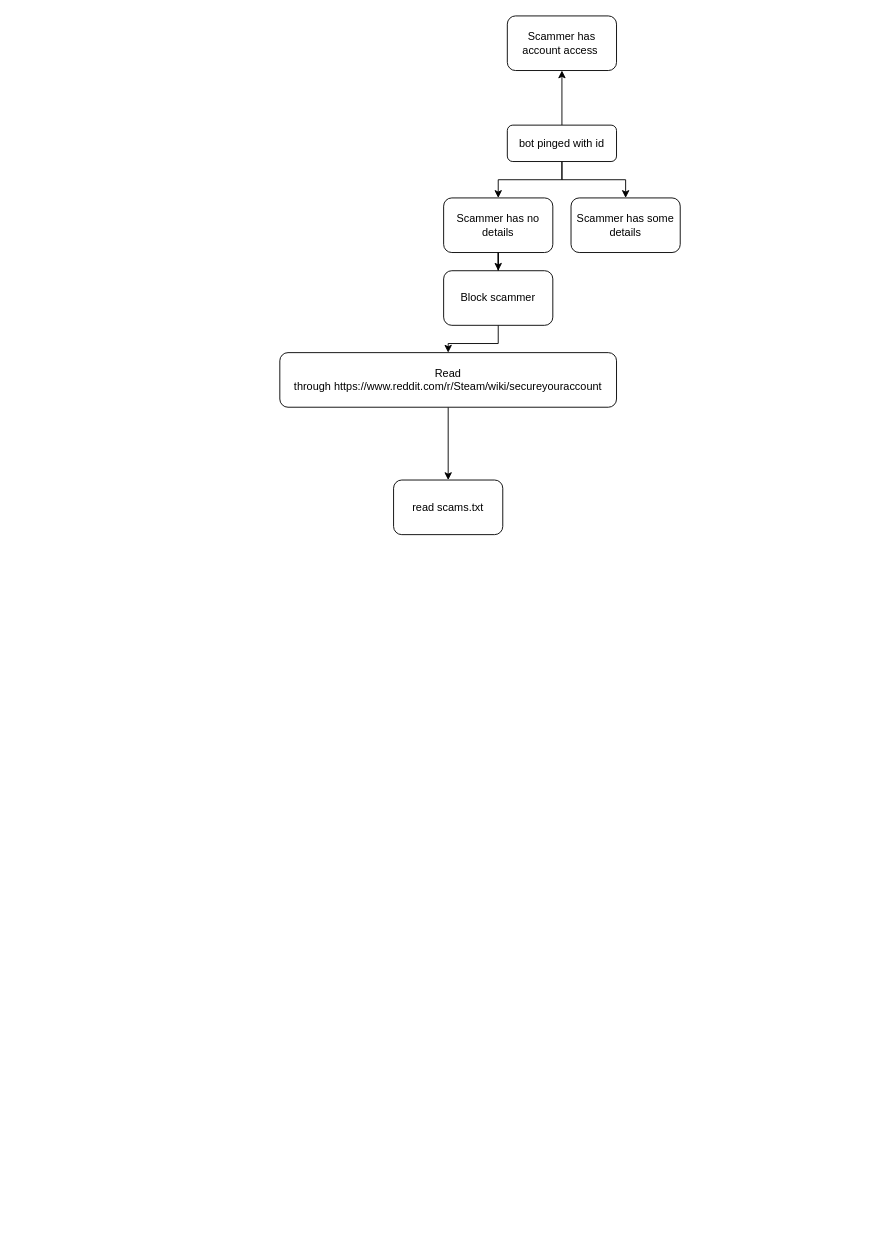
The draw.io diagram flow.drawio in boehs/so-you-were-scammed, before the edit. Source tidied: cells renumbered, new cells numbered last; positions are measured from the earlier drawing's top-left corner, leaving out a move shared by most shapes. Both pictures are drawn from the tidied source at 91%, with x=0, y=0 at pixel (279, 15).
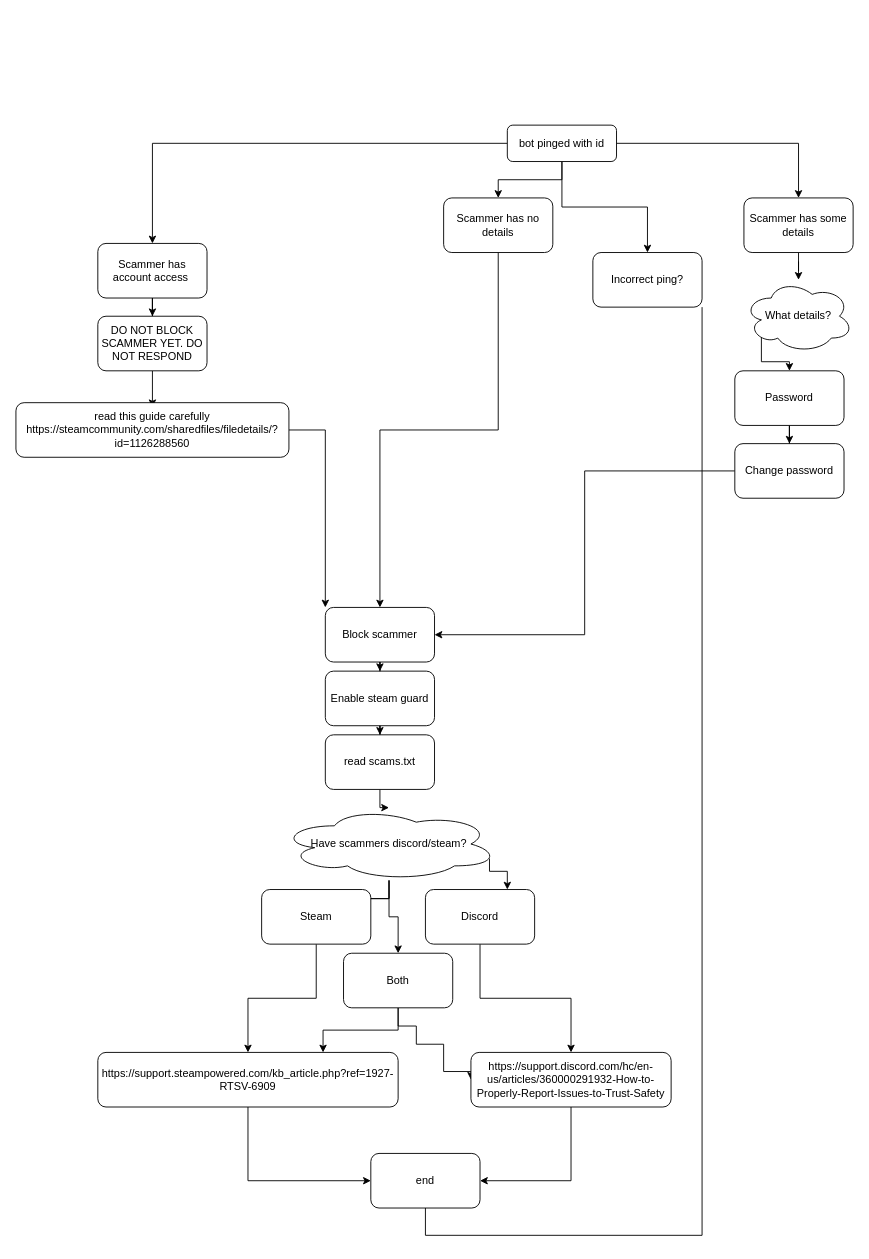
Above is the later version.

The change refers to these unchanged cells:
```xml
<mxCell id="5" value="bot pinged with id" style="rounded=1;whiteSpace=wrap;html=1;fontSize=12;glass=0;strokeWidth=1;shadow=0;" parent="1" vertex="1">
  <mxGeometry x="250" y="120" width="120" height="40" as="geometry" />
</mxCell>
<mxCell id="9" value="Scammer has no details" style="whiteSpace=wrap;html=1;rounded=1;shadow=0;strokeWidth=1;glass=0;" parent="1" vertex="1">
  <mxGeometry x="180" y="200" width="120" height="60" as="geometry" />
</mxCell>
```

Diff of the diagram source:
```diff
@@
+    <mxCell id="15" style="edgeStyle=orthogonalEdgeStyle;rounded=0;jettySize=auto;html=1;" parent="1" edge="1" source="5" target="46">
+      <mxGeometry relative="1" as="geometry" />
+    </mxCell>
@@
+    <mxCell id="16" style="edgeStyle=orthogonalEdgeStyle;rounded=0;jettySize=auto;html=1;" parent="1" edge="1" source="6" target="42">
+      <mxGeometry relative="1" as="geometry" />
+    </mxCell>
     <mxCell id="6" value="Scammer has account access&amp;nbsp;" style="whiteSpace=wrap;html=1;rounded=1;shadow=0;strokeWidth=1;glass=0;" parent="1" vertex="1">
-      <mxGeometry x="250" width="120" height="60" as="geometry" />
+      <mxGeometry x="-200" y="250" width="120" height="60" as="geometry" />
     </mxCell>
+    <mxCell id="17" style="edgeStyle=orthogonalEdgeStyle;rounded=0;jettySize=auto;html=1;" parent="1" edge="1" source="7" target="20">
+      <mxGeometry relative="1" as="geometry" />
+    </mxCell>
     <mxCell id="7" value="Scammer has some details" style="whiteSpace=wrap;html=1;rounded=1;shadow=0;strokeWidth=1;glass=0;" parent="1" vertex="1">
-      <mxGeometry x="320" y="200" width="120" height="60" as="geometry" />
+      <mxGeometry x="510" y="200" width="120" height="60" as="geometry" />
     </mxCell>
-    <mxCell id="8" style="edgeStyle=orthogonalEdgeStyle;rounded=0;jettySize=auto;html=1;" parent="1" edge="1" source="9" target="11">
+    <mxCell id="8" style="edgeStyle=orthogonalEdgeStyle;rounded=0;jettySize=auto;html=1;exitX=0.5;exitY=1;exitDx=0;exitDy=0;" parent="1" edge="1" source="9" target="11">
       <mxGeometry relative="1" as="geometry" />
     </mxCell>
@@
     <mxCell id="11" value="Block scammer" style="whiteSpace=wrap;html=1;rounded=1;shadow=0;strokeWidth=1;glass=0;" parent="1" vertex="1">
-      <mxGeometry x="180" y="280" width="120" height="60" as="geometry" />
+      <mxGeometry x="50" y="650" width="120" height="60" as="geometry" />
     </mxCell>
@@
-    <mxCell id="13" value="Read through&amp;nbsp;https://www.reddit.com/r/Steam/wiki/secureyouraccount" style="whiteSpace=wrap;html=1;rounded=1;shadow=0;strokeWidth=1;glass=0;" parent="1" vertex="1">
-      <mxGeometry y="370" width="370" height="60" as="geometry" />
+    <mxCell id="13" value="Enable steam&amp;nbsp;guard" style="whiteSpace=wrap;html=1;rounded=1;shadow=0;strokeWidth=1;glass=0;" parent="1" vertex="1">
+      <mxGeometry x="50" y="720" width="120" height="60" as="geometry" />
     </mxCell>
+    <mxCell id="18" style="edgeStyle=orthogonalEdgeStyle;rounded=0;jettySize=auto;html=1;" parent="1" edge="1" source="14" target="29">
+      <mxGeometry relative="1" as="geometry" />
+    </mxCell>
     <mxCell id="14" value="read scams.txt" style="whiteSpace=wrap;html=1;rounded=1;shadow=0;strokeWidth=1;glass=0;" parent="1" vertex="1">
-      <mxGeometry x="125" y="510" width="120" height="60" as="geometry" />
+      <mxGeometry x="50" y="790" width="120" height="60" as="geometry" />
     </mxCell>
+    <mxCell id="19" style="edgeStyle=orthogonalEdgeStyle;rounded=0;jettySize=auto;html=1;entryX=0.5;entryY=0;entryDx=0;entryDy=0;exitX=0.16;exitY=0.55;exitDx=0;exitDy=0;exitPerimeter=0;" parent="1" edge="1" source="20" target="22">
+      <mxGeometry relative="1" as="geometry">
+        <Array as="points">
+          <mxPoint x="529" y="380" />
+          <mxPoint x="560" y="380" />
+        </Array>
+      </mxGeometry>
+    </mxCell>
+    <mxCell id="20" value="What details?" style="ellipse;shape=cloud;whiteSpace=wrap;html=1;rounded=1;shadow=0;strokeWidth=1;glass=0;" parent="1" vertex="1">
+      <mxGeometry x="510" y="290" width="120" height="80" as="geometry" />
+    </mxCell>
+    <mxCell id="21" style="edgeStyle=orthogonalEdgeStyle;rounded=0;jettySize=auto;html=1;" parent="1" edge="1" source="22" target="24">
+      <mxGeometry relative="1" as="geometry" />
+    </mxCell>
+    <mxCell id="22" value="Password" style="whiteSpace=wrap;html=1;rounded=1;shadow=0;strokeWidth=1;glass=0;" parent="1" vertex="1">
+      <mxGeometry x="500" y="390" width="120" height="60" as="geometry" />
+    </mxCell>
+    <mxCell id="23" style="edgeStyle=orthogonalEdgeStyle;rounded=0;jettySize=auto;html=1;entryX=1;entryY=0.5;entryDx=0;entryDy=0;" parent="1" edge="1" source="24" target="11">
+      <mxGeometry relative="1" as="geometry" />
+    </mxCell>
+    <mxCell id="24" value="Change password" style="whiteSpace=wrap;html=1;rounded=1;shadow=0;strokeWidth=1;glass=0;" parent="1" vertex="1">
+      <mxGeometry x="500" y="470" width="120" height="60" as="geometry" />
+    </mxCell>
+    <mxCell id="25" style="edgeStyle=orthogonalEdgeStyle;rounded=0;jettySize=auto;html=1;" parent="1" edge="1" source="29" target="31">
+      <mxGeometry relative="1" as="geometry" />
+    </mxCell>
+    <mxCell id="26" style="edgeStyle=orthogonalEdgeStyle;rounded=0;jettySize=auto;html=1;exitX=0.96;exitY=0.7;exitDx=0;exitDy=0;exitPerimeter=0;" parent="1" edge="1" source="29" target="33">
+      <mxGeometry relative="1" as="geometry">
+        <Array as="points">
+          <mxPoint x="230" y="940" />
+          <mxPoint x="250" y="940" />
+        </Array>
+      </mxGeometry>
+    </mxCell>
+    <mxCell id="27" style="edgeStyle=orthogonalEdgeStyle;rounded=0;jettySize=auto;html=1;" parent="1" edge="1" source="29" target="31">
+      <mxGeometry relative="1" as="geometry" />
+    </mxCell>
+    <mxCell id="28" style="edgeStyle=orthogonalEdgeStyle;rounded=0;jettySize=auto;html=1;" parent="1" edge="1" source="29" target="36">
+      <mxGeometry relative="1" as="geometry" />
+    </mxCell>
+    <mxCell id="29" value="Have scammers discord/steam?" style="ellipse;shape=cloud;whiteSpace=wrap;html=1;rounded=1;shadow=0;strokeWidth=1;glass=0;" parent="1" vertex="1">
+      <mxGeometry y="870" width="240" height="80" as="geometry" />
+    </mxCell>
+    <mxCell id="30" style="edgeStyle=orthogonalEdgeStyle;rounded=0;jettySize=auto;html=1;" parent="1" edge="1" source="31" target="38">
+      <mxGeometry relative="1" as="geometry" />
+    </mxCell>
+    <mxCell id="31" value="Steam" style="whiteSpace=wrap;html=1;rounded=1;shadow=0;strokeWidth=1;glass=0;" parent="1" vertex="1">
+      <mxGeometry x="-20" y="960" width="120" height="60" as="geometry" />
+    </mxCell>
+    <mxCell id="32" style="edgeStyle=orthogonalEdgeStyle;rounded=0;jettySize=auto;html=1;" parent="1" edge="1" source="33" target="40">
+      <mxGeometry relative="1" as="geometry" />
+    </mxCell>
+    <mxCell id="33" value="Discord" style="whiteSpace=wrap;html=1;rounded=1;shadow=0;strokeWidth=1;glass=0;" parent="1" vertex="1">
+      <mxGeometry x="160" y="960" width="120" height="60" as="geometry" />
+    </mxCell>
+    <mxCell id="34" style="edgeStyle=orthogonalEdgeStyle;rounded=0;jettySize=auto;html=1;entryX=0.75;entryY=0;entryDx=0;entryDy=0;" parent="1" edge="1" source="36" target="38">
+      <mxGeometry relative="1" as="geometry" />
+    </mxCell>
+    <mxCell id="35" style="edgeStyle=orthogonalEdgeStyle;rounded=0;jettySize=auto;html=1;entryX=0;entryY=0.5;entryDx=0;entryDy=0;exitX=0.5;exitY=1;exitDx=0;exitDy=0;" parent="1" edge="1" source="36" target="40">
+      <mxGeometry relative="1" as="geometry">
+        <Array as="points">
+          <mxPoint x="130" y="1110" />
+          <mxPoint x="150" y="1110" />
+          <mxPoint x="150" y="1130" />
+          <mxPoint x="180" y="1130" />
+          <mxPoint x="180" y="1160" />
+        </Array>
+      </mxGeometry>
+    </mxCell>
+    <mxCell id="36" value="Both" style="whiteSpace=wrap;html=1;rounded=1;shadow=0;strokeWidth=1;glass=0;" parent="1" vertex="1">
+      <mxGeometry x="70" y="1030" width="120" height="60" as="geometry" />
+    </mxCell>
+    <mxCell id="37" style="edgeStyle=orthogonalEdgeStyle;rounded=0;jettySize=auto;html=1;entryX=0;entryY=0.5;entryDx=0;entryDy=0;" parent="1" edge="1" source="38" target="47">
+      <mxGeometry relative="1" as="geometry" />
+    </mxCell>
+    <mxCell id="38" value="https://support.steampowered.com/kb_article.php?ref=1927-RTSV-6909" style="whiteSpace=wrap;html=1;rounded=1;shadow=0;strokeWidth=1;glass=0;" parent="1" vertex="1">
+      <mxGeometry x="-200" y="1139" width="330" height="60" as="geometry" />
+    </mxCell>
+    <mxCell id="39" style="edgeStyle=orthogonalEdgeStyle;rounded=0;jettySize=auto;html=1;entryX=1;entryY=0.5;entryDx=0;entryDy=0;" parent="1" edge="1" source="40" target="47">
+      <mxGeometry relative="1" as="geometry" />
+    </mxCell>
+    <mxCell id="40" value="https://support.discord.com/hc/en-us/articles/360000291932-How-to-Properly-Report-Issues-to-Trust-Safety" style="whiteSpace=wrap;html=1;rounded=1;shadow=0;strokeWidth=1;glass=0;" parent="1" vertex="1">
+      <mxGeometry x="210" y="1139" width="220" height="60" as="geometry" />
+    </mxCell>
+    <mxCell id="41" style="edgeStyle=orthogonalEdgeStyle;rounded=0;jettySize=auto;html=1;" parent="1" edge="1" source="42">
+      <mxGeometry relative="1" as="geometry">
+        <mxPoint x="-140" y="430" as="targetPoint" />
+      </mxGeometry>
+    </mxCell>
+    <mxCell id="42" value="DO NOT BLOCK SCAMMER YET. DO NOT RESPOND" style="whiteSpace=wrap;html=1;rounded=1;shadow=0;strokeWidth=1;glass=0;" parent="1" vertex="1">
+      <mxGeometry x="-200" y="330" width="120" height="60" as="geometry" />
+    </mxCell>
+    <mxCell id="43" style="edgeStyle=orthogonalEdgeStyle;rounded=0;jettySize=auto;html=1;entryX=0;entryY=0;entryDx=0;entryDy=0;" parent="1" edge="1" source="44" target="11">
+      <mxGeometry relative="1" as="geometry" />
+    </mxCell>
+    <mxCell id="44" value="read this guide carefully&lt;br&gt;https://steamcommunity.com/sharedfiles/filedetails/?id=1126288560" style="whiteSpace=wrap;html=1;rounded=1;shadow=0;strokeWidth=1;glass=0;" parent="1" vertex="1">
+      <mxGeometry x="-290" y="425" width="300" height="60" as="geometry" />
+    </mxCell>
+    <mxCell id="45" style="edgeStyle=orthogonalEdgeStyle;rounded=0;jettySize=auto;html=1;entryX=0.5;entryY=0;entryDx=0;entryDy=0;" parent="1" edge="1" source="46" target="47">
+      <mxGeometry relative="1" as="geometry">
+        <Array as="points">
+          <mxPoint x="464" y="1340" />
+          <mxPoint x="160" y="1340" />
+        </Array>
+      </mxGeometry>
+    </mxCell>
+    <mxCell id="46" value="Incorrect ping?" style="whiteSpace=wrap;html=1;rounded=1;shadow=0;strokeWidth=1;glass=0;" parent="1" vertex="1">
+      <mxGeometry x="344" y="260" width="120" height="60" as="geometry" />
+    </mxCell>
+    <mxCell id="47" value="end" style="rounded=1;whiteSpace=wrap;html=1;" parent="1" vertex="1">
+      <mxGeometry x="100" y="1250" width="120" height="60" as="geometry" />
+    </mxCell>
```
